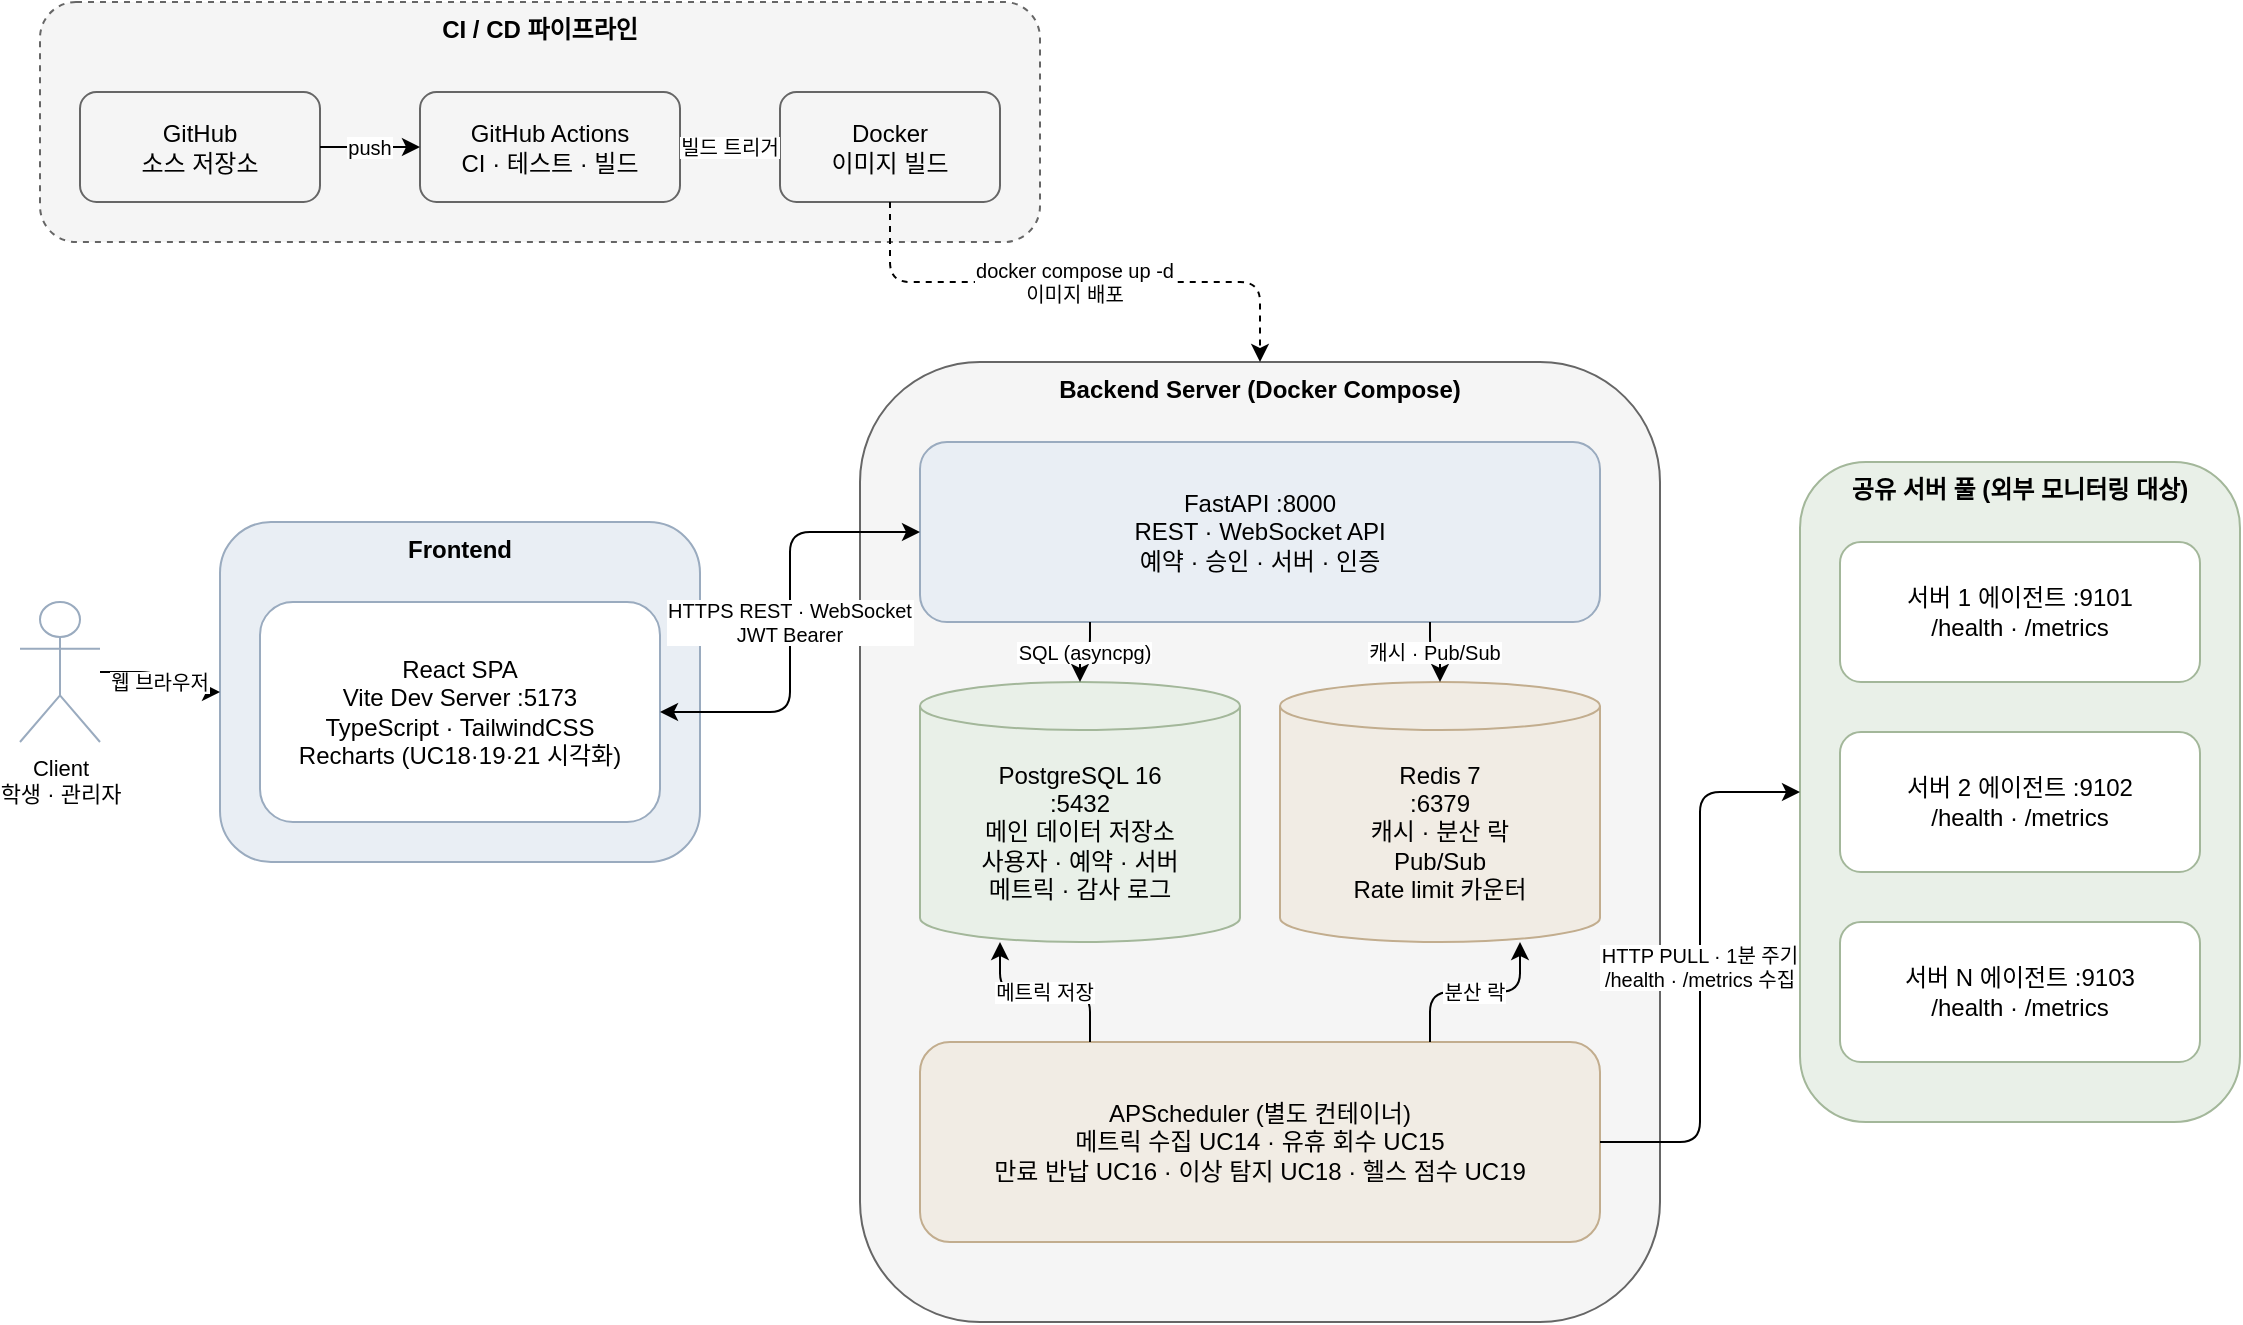
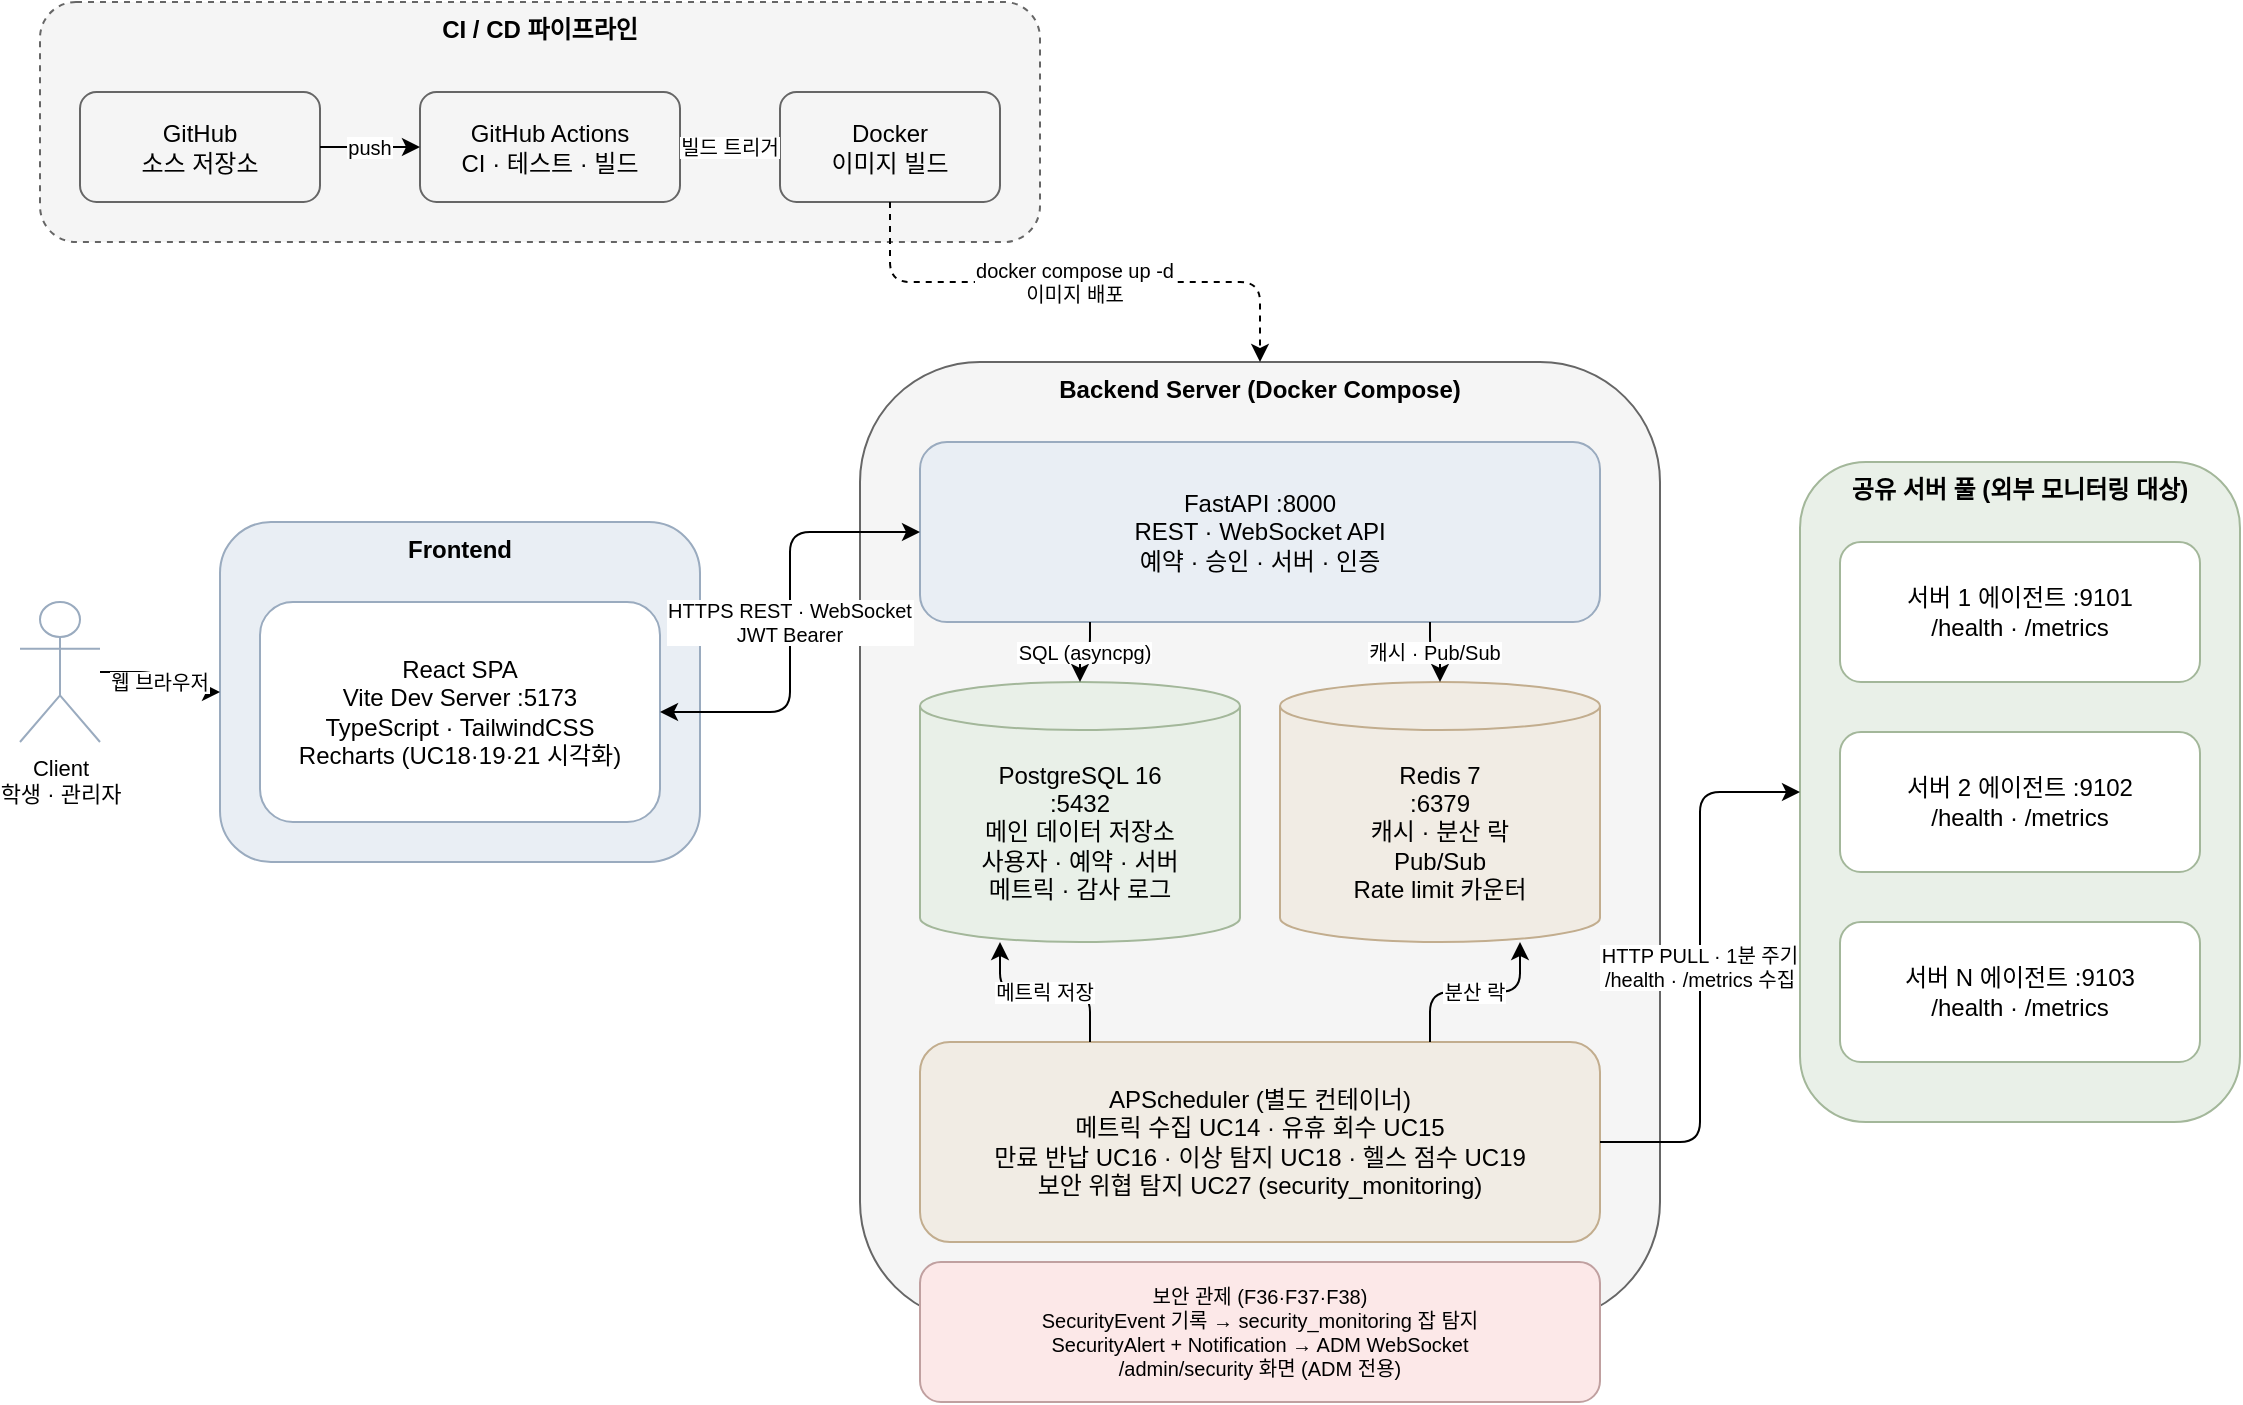
<mxfile host="app.diagrams.net">
  <diagram id="arch" name="Architecture">
    <mxGraphModel dx="800" dy="600" grid="1" gridSize="10" page="1" pageWidth="1169" pageHeight="826">
      <root>
        <mxCell id="0" />
        <mxCell id="1" parent="0" />

        <!-- ===== CI/CD 파이프라인 (좌상단) ===== -->
        <mxCell id="cicd" value="CI / CD 파이프라인" style="rounded=1;verticalAlign=top;fontStyle=1;fontSize=12;fillColor=#f5f5f5;strokeColor=#666666;dashed=1;" vertex="1" parent="1">
          <mxGeometry x="40" y="30" width="500" height="120" as="geometry" />
        </mxCell>
        <mxCell id="gh" value="GitHub&#10;소스 저장소" style="rounded=1;whiteSpace=wrap;fillColor=#f5f5f5;strokeColor=#666666;" vertex="1" parent="cicd">
          <mxGeometry x="20" y="45" width="120" height="55" as="geometry" />
        </mxCell>
        <mxCell id="gha" value="GitHub Actions&#10;CI · 테스트 · 빌드" style="rounded=1;whiteSpace=wrap;fillColor=#f5f5f5;strokeColor=#666666;" vertex="1" parent="cicd">
          <mxGeometry x="190" y="45" width="130" height="55" as="geometry" />
        </mxCell>
        <mxCell id="docker" value="Docker&#10;이미지 빌드" style="rounded=1;whiteSpace=wrap;fillColor=#f5f5f5;strokeColor=#666666;" vertex="1" parent="cicd">
          <mxGeometry x="370" y="45" width="110" height="55" as="geometry" />
        </mxCell>
        <mxCell id="e-gh-gha" value="push" style="edgeStyle=orthogonalEdgeStyle;rounded=1;fontSize=10;labelBackgroundColor=#ffffff;" edge="1" parent="cicd" source="gh" target="gha">
          <mxGeometry relative="1" as="geometry" />
        </mxCell>
        <mxCell id="e-gha-docker" value="빌드 트리거" style="edgeStyle=orthogonalEdgeStyle;rounded=1;fontSize=10;labelBackgroundColor=#ffffff;" edge="1" parent="cicd" source="gha" target="docker">
          <mxGeometry relative="1" as="geometry" />
        </mxCell>

        <!-- ===== Client ===== -->
        <mxCell id="client" value="Client&#10;학생 · 관리자" style="shape=umlActor;verticalLabelPosition=bottom;verticalAlign=top;html=1;strokeColor=#9aabbf;fontSize=11;" vertex="1" parent="1">
          <mxGeometry x="30" y="330" width="40" height="70" as="geometry" />
        </mxCell>

        <!-- ===== Frontend ===== -->
        <mxCell id="fe" value="Frontend" style="rounded=1;verticalAlign=top;fontStyle=1;fontSize=12;fillColor=#e9eef4;strokeColor=#9aabbf;" vertex="1" parent="1">
          <mxGeometry x="130" y="290" width="240" height="170" as="geometry" />
        </mxCell>
        <mxCell id="react" value="React SPA&#10;Vite Dev Server :5173&#10;TypeScript · TailwindCSS&#10;Recharts (UC18·19·21 시각화)" style="rounded=1;whiteSpace=wrap;fillColor=#ffffff;strokeColor=#9aabbf;" vertex="1" parent="fe">
          <mxGeometry x="20" y="40" width="200" height="110" as="geometry" />
        </mxCell>

        <!-- ===== Backend Server 컨테이너 그룹 ===== -->
        <mxCell id="be" value="Backend Server (Docker Compose)" style="rounded=1;verticalAlign=top;fontStyle=1;fontSize=12;fillColor=#f5f5f5;strokeColor=#666666;" vertex="1" parent="1">
          <mxGeometry x="450" y="210" width="400" height="480" as="geometry" />
        </mxCell>
        <mxCell id="fastapi" value="FastAPI :8000&#10;REST · WebSocket API&#10;예약 · 승인 · 서버 · 인증" style="rounded=1;whiteSpace=wrap;fillColor=#e9eef4;strokeColor=#9aabbf;" vertex="1" parent="be">
          <mxGeometry x="30" y="40" width="340" height="90" as="geometry" />
        </mxCell>
        <mxCell id="pg" value="PostgreSQL 16&#10;:5432&#10;메인 데이터 저장소&#10;사용자 · 예약 · 서버&#10;메트릭 · 감사 로그" style="shape=cylinder3;whiteSpace=wrap;boundedLbl=1;size=12;fillColor=#e9f0e8;strokeColor=#a3b79a;" vertex="1" parent="be">
          <mxGeometry x="30" y="160" width="160" height="130" as="geometry" />
        </mxCell>
        <mxCell id="redis" value="Redis 7&#10;:6379&#10;캐시 · 분산 락&#10;Pub/Sub&#10;Rate limit 카운터" style="shape=cylinder3;whiteSpace=wrap;boundedLbl=1;size=12;fillColor=#f1ece4;strokeColor=#c2ad8e;" vertex="1" parent="be">
          <mxGeometry x="210" y="160" width="160" height="130" as="geometry" />
        </mxCell>
-         <mxCell id="sched" value="APScheduler (별도 컨테이너)&#10;메트릭 수집 UC14 · 유휴 회수 UC15&#10;만료 반납 UC16 · 이상 탐지 UC18 · 헬스 점수 UC19" style="rounded=1;whiteSpace=wrap;fillColor=#f1ece4;strokeColor=#c2ad8e;" vertex="1" parent="be">
+         <mxCell id="sched" value="APScheduler (별도 컨테이너)&#10;메트릭 수집 UC14 · 유휴 회수 UC15&#10;만료 반납 UC16 · 이상 탐지 UC18 · 헬스 점수 UC19&#10;보안 위협 탐지 UC27 (security_monitoring)" style="rounded=1;whiteSpace=wrap;fillColor=#f1ece4;strokeColor=#c2ad8e;" vertex="1" parent="be">
          <mxGeometry x="30" y="340" width="340" height="100" as="geometry" />
        </mxCell>

        <!-- Backend 내부 간선 -->
        <mxCell id="e-api-pg" value="SQL (asyncpg)" style="edgeStyle=orthogonalEdgeStyle;rounded=1;fontSize=10;labelBackgroundColor=#ffffff;exitX=0.25;exitY=1;exitDx=0;exitDy=0;entryX=0.5;entryY=0;entryDx=0;entryDy=0;" edge="1" parent="be" source="fastapi" target="pg">
          <mxGeometry relative="1" as="geometry" />
        </mxCell>
        <mxCell id="e-api-redis" value="캐시 · Pub/Sub" style="edgeStyle=orthogonalEdgeStyle;rounded=1;fontSize=10;labelBackgroundColor=#ffffff;exitX=0.75;exitY=1;exitDx=0;exitDy=0;entryX=0.5;entryY=0;entryDx=0;entryDy=0;" edge="1" parent="be" source="fastapi" target="redis">
          <mxGeometry relative="1" as="geometry" />
        </mxCell>
        <mxCell id="e-sched-pg" value="메트릭 저장" style="edgeStyle=orthogonalEdgeStyle;rounded=1;fontSize=10;labelBackgroundColor=#ffffff;exitX=0.25;exitY=0;exitDx=0;exitDy=0;entryX=0.25;entryY=1;entryDx=0;entryDy=0;" edge="1" parent="be" source="sched" target="pg">
          <mxGeometry relative="1" as="geometry" />
        </mxCell>
        <mxCell id="e-sched-redis" value="분산 락" style="edgeStyle=orthogonalEdgeStyle;rounded=1;fontSize=10;labelBackgroundColor=#ffffff;exitX=0.75;exitY=0;exitDx=0;exitDy=0;entryX=0.75;entryY=1;entryDx=0;entryDy=0;" edge="1" parent="be" source="sched" target="redis">
          <mxGeometry relative="1" as="geometry" />
        </mxCell>

        <!-- ===== 외부 서버 풀 ===== -->
        <mxCell id="pool" value="공유 서버 풀 (외부 모니터링 대상)" style="rounded=1;verticalAlign=top;fontStyle=1;fontSize=12;fillColor=#e9f0e8;strokeColor=#a3b79a;" vertex="1" parent="1">
          <mxGeometry x="920" y="260" width="220" height="330" as="geometry" />
        </mxCell>
        <mxCell id="srv1" value="서버 1 에이전트 :9101&#10;/health · /metrics" style="rounded=1;whiteSpace=wrap;fillColor=#ffffff;strokeColor=#a3b79a;" vertex="1" parent="pool">
          <mxGeometry x="20" y="40" width="180" height="70" as="geometry" />
        </mxCell>
        <mxCell id="srv2" value="서버 2 에이전트 :9102&#10;/health · /metrics" style="rounded=1;whiteSpace=wrap;fillColor=#ffffff;strokeColor=#a3b79a;" vertex="1" parent="pool">
          <mxGeometry x="20" y="135" width="180" height="70" as="geometry" />
        </mxCell>
        <mxCell id="srv3" value="서버 N 에이전트 :9103&#10;/health · /metrics" style="rounded=1;whiteSpace=wrap;fillColor=#ffffff;strokeColor=#a3b79a;" vertex="1" parent="pool">
          <mxGeometry x="20" y="230" width="180" height="70" as="geometry" />
        </mxCell>

+         <!-- ===== 보안 관제 컴포넌트 ===== -->
+         <mxCell id="sec" value="보안 관제 (F36·F37·F38)&#10;SecurityEvent 기록 → security_monitoring 잡 탐지&#10;SecurityAlert + Notification → ADM WebSocket&#10;/admin/security 화면 (ADM 전용)" style="rounded=1;whiteSpace=wrap;fillColor=#fce8e8;strokeColor=#c0a0a0;fontSize=10;" vertex="1" parent="be">
+           <mxGeometry x="30" y="450" width="340" height="70" as="geometry" />
+         </mxCell>
+ 
        <!-- ===== 그룹 간 간선 ===== -->
        <mxCell id="e-client-fe" value="웹 브라우저" style="edgeStyle=orthogonalEdgeStyle;rounded=1;fontSize=10;labelBackgroundColor=#ffffff;" edge="1" parent="1" source="client" target="fe">
          <mxGeometry relative="1" as="geometry" />
        </mxCell>
        <mxCell id="e-fe-api" value="HTTPS REST · WebSocket&#10;JWT Bearer" style="edgeStyle=orthogonalEdgeStyle;rounded=1;fontSize=10;labelBackgroundColor=#ffffff;startArrow=classic;startFill=1;" edge="1" parent="1" source="react" target="fastapi">
          <mxGeometry relative="1" as="geometry" />
        </mxCell>
        <mxCell id="e-sched-pool" value="HTTP PULL · 1분 주기&#10;/health · /metrics 수집" style="edgeStyle=orthogonalEdgeStyle;rounded=1;fontSize=10;labelBackgroundColor=#ffffff;exitX=1;exitY=0.5;exitDx=0;exitDy=0;entryX=0;entryY=0.5;entryDx=0;entryDy=0;" edge="1" parent="1" source="sched" target="pool">
          <mxGeometry relative="1" as="geometry" />
        </mxCell>
        <mxCell id="e-docker-be" value="docker compose up -d&#10;이미지 배포" style="edgeStyle=orthogonalEdgeStyle;rounded=1;fontSize=10;labelBackgroundColor=#ffffff;dashed=1;exitX=0.5;exitY=1;exitDx=0;exitDy=0;entryX=0.5;entryY=0;entryDx=0;entryDy=0;" edge="1" parent="1" source="docker" target="be">
          <mxGeometry relative="1" as="geometry" />
        </mxCell>

      </root>
    </mxGraphModel>
  </diagram>
</mxfile>
